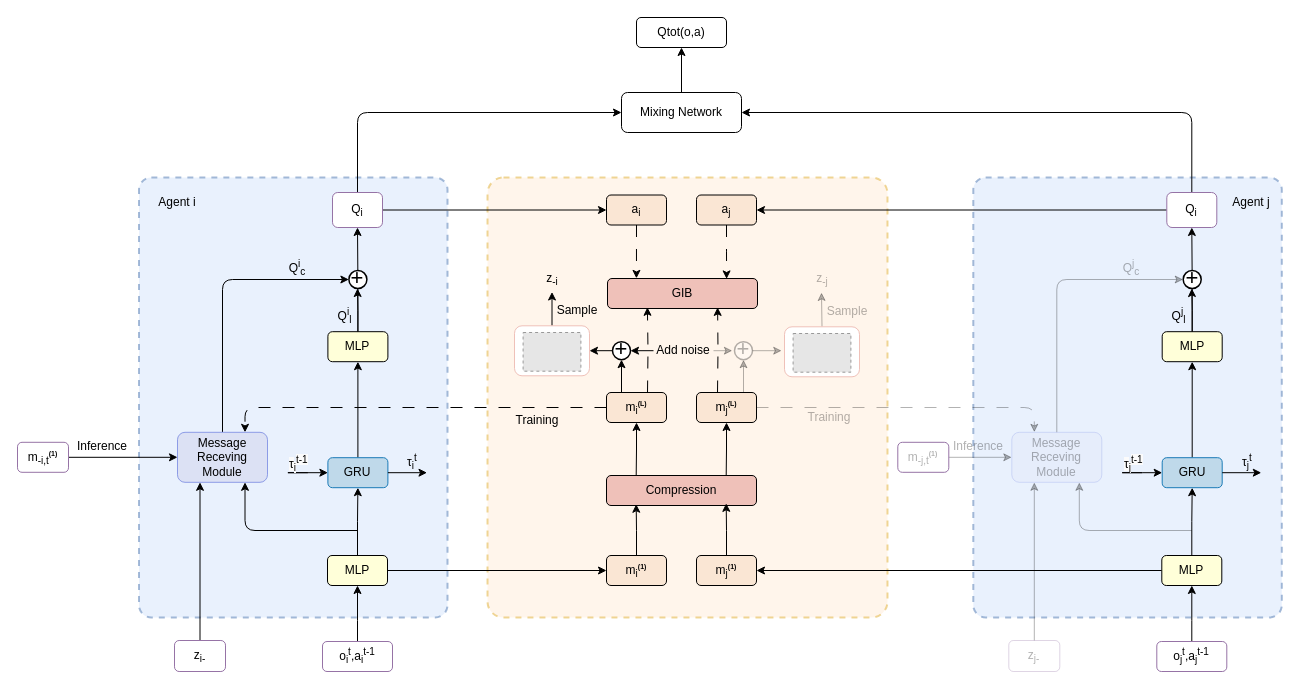
This is network2.drawio from fan-zine/drawio, a draw.io file, before an edit. Source tidied: cells renumbered, new cells numbered last; positions are measured from the earlier drawing's top-left corner, leaving out a move shared by most shapes. Both pictures are drawn from the tidied source at 100%, with x=0, y=0 at pixel (17, 17). Pictures stored in the file or linked from it are replaced by grey dashed boxes.
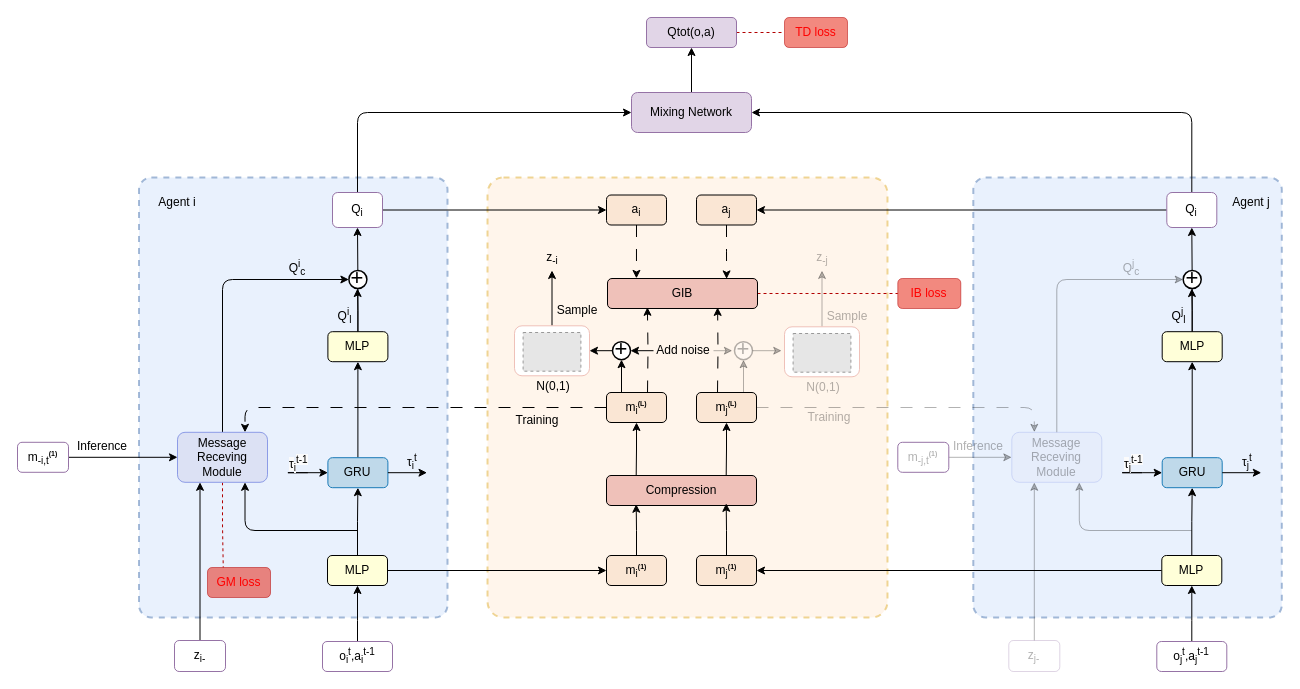
The same diagram, later.

Unchanged cells that the change refers to:
```xml
<mxCell id="19" value="Message&lt;br&gt;Receving&lt;br&gt;Module" style="rounded=1;whiteSpace=wrap;html=1;fillColor=#dce1f4;strokeColor=#8c9be6;" parent="1" vertex="1">
  <mxGeometry x="160" y="414.8" width="90" height="50" as="geometry" />
</mxCell>
<mxCell id="48" value="GIB" style="rounded=1;whiteSpace=wrap;html=1;fillColor=#efc1b9;" parent="1" vertex="1">
  <mxGeometry x="590" y="261" width="150" height="30" as="geometry" />
</mxCell>
<mxCell id="66" style="rounded=1;whiteSpace=wrap;html=1;strokeColor=#efc1b9;align=center;verticalAlign=middle;fontFamily=Helvetica;fontSize=12;fillColor=default;fontColor=#000000;textOpacity=30;" parent="1" vertex="1">
  <mxGeometry x="767" y="309.3" width="75" height="50" as="geometry" />
</mxCell>
```

Diff of the diagram source:
```diff
@@
-    <mxCell id="15" value="Mixing Network" style="rounded=1;whiteSpace=wrap;html=1;" parent="1" vertex="1">
-      <mxGeometry x="604" y="75" width="120" height="40" as="geometry" />
+    <mxCell id="15" value="Mixing Network" style="rounded=1;whiteSpace=wrap;html=1;fillColor=#e1d5e7;strokeColor=#9673a6;" parent="1" vertex="1">
+      <mxGeometry x="614" y="75" width="120" height="40" as="geometry" />
     </mxCell>
+    <mxCell id="105" style="edgeStyle=orthogonalEdgeStyle;rounded=0;jettySize=auto;html=1;exitX=1;exitY=0.5;exitDx=0;exitDy=0;entryX=0;entryY=0.5;entryDx=0;entryDy=0;fontFamily=Helvetica;fontSize=12;fontColor=default;dashed=1;endArrow=none;endFill=0;fillColor=#e51400;strokeColor=#B20000;" parent="1" edge="1" source="16" target="110">
+      <mxGeometry relative="1" as="geometry" />
+    </mxCell>
-    <mxCell id="16" value="Qtot(o,a)" style="rounded=1;whiteSpace=wrap;html=1;" parent="1" vertex="1">
-      <mxGeometry x="619" width="90" height="30" as="geometry" />
+    <mxCell id="16" value="Qtot(o,a)" style="rounded=1;whiteSpace=wrap;html=1;fillColor=#e1d5e7;strokeColor=#9673a6;" parent="1" vertex="1">
+      <mxGeometry x="629" width="90" height="30" as="geometry" />
     </mxCell>
@@
+    <mxCell id="106" style="edgeStyle=orthogonalEdgeStyle;rounded=0;jettySize=auto;html=1;exitX=0.5;exitY=1;exitDx=0;exitDy=0;entryX=0.25;entryY=0;entryDx=0;entryDy=0;fontFamily=Helvetica;fontSize=12;fontColor=default;fillColor=#e51400;strokeColor=#B20000;dashed=1;endArrow=none;endFill=0;" parent="1" edge="1" source="19" target="112">
+      <mxGeometry relative="1" as="geometry" />
+    </mxCell>
@@
+    <mxCell id="107" style="rounded=0;jettySize=auto;html=1;exitX=1;exitY=0.5;exitDx=0;exitDy=0;fontFamily=Helvetica;fontSize=12;fontColor=default;entryX=0;entryY=0.5;entryDx=0;entryDy=0;fillColor=#e51400;strokeColor=#B20000;dashed=1;endArrow=none;endFill=0;" parent="1" edge="1" source="48" target="111">
+      <mxGeometry relative="1" as="geometry" />
+    </mxCell>
@@
     <mxCell id="56" value="z&lt;sub&gt;-i&lt;/sub&gt;" style="text;html=1;align=center;verticalAlign=middle;whiteSpace=wrap;rounded=0;fontFamily=Helvetica;fontSize=12;fontColor=default;" parent="1" vertex="1">
-      <mxGeometry x="519.5" y="249.5" width="30" height="25" as="geometry" />
+      <mxGeometry x="519.5" y="228" width="30" height="25" as="geometry" />
     </mxCell>
@@
-    <mxCell id="65" style="edgeStyle=orthogonalEdgeStyle;rounded=0;jettySize=auto;html=1;exitX=0.5;exitY=0;exitDx=0;exitDy=0;entryX=0.5;entryY=1;entryDx=0;entryDy=0;fontFamily=Helvetica;fontSize=12;fontColor=default;textOpacity=30;opacity=30;" parent="1" edge="1" source="66">
-      <mxGeometry relative="1" as="geometry">
-        <mxPoint x="804" y="275" as="targetPoint" />
-      </mxGeometry>
+    <mxCell id="65" style="edgeStyle=orthogonalEdgeStyle;rounded=0;jettySize=auto;html=1;exitX=0.5;exitY=0;exitDx=0;exitDy=0;entryX=0.5;entryY=1;entryDx=0;entryDy=0;fontFamily=Helvetica;fontSize=12;fontColor=default;textOpacity=30;opacity=30;" parent="1" edge="1" source="66" target="71">
+      <mxGeometry relative="1" as="geometry" />
     </mxCell>
@@
     <mxCell id="68" value="Sample" style="text;html=1;align=center;verticalAlign=middle;whiteSpace=wrap;rounded=0;fontFamily=Helvetica;fontSize=12;fontColor=default;textOpacity=30;" parent="1" vertex="1">
-      <mxGeometry x="800" y="279.3" width="60" height="30" as="geometry" />
+      <mxGeometry x="800" y="284.2" width="60" height="30" as="geometry" />
     </mxCell>
@@
     <mxCell id="71" value="z&lt;sub&gt;-j&lt;/sub&gt;" style="text;html=1;align=center;verticalAlign=middle;whiteSpace=wrap;rounded=0;fontFamily=Helvetica;fontSize=12;fontColor=default;textOpacity=30;" parent="1" vertex="1">
-      <mxGeometry x="789.5" y="249.5" width="30" height="25" as="geometry" />
+      <mxGeometry x="789.5" y="228" width="30" height="25" as="geometry" />
     </mxCell>
@@
+    <mxCell id="108" value="N(0,1)" style="text;html=1;align=center;verticalAlign=middle;whiteSpace=wrap;rounded=0;fontFamily=Helvetica;fontSize=12;fontColor=default;" parent="1" vertex="1">
+      <mxGeometry x="505.6" y="353.7" width="60" height="30" as="geometry" />
+    </mxCell>
+    <mxCell id="109" value="N(0,1)" style="text;html=1;align=center;verticalAlign=middle;whiteSpace=wrap;rounded=0;fontFamily=Helvetica;fontSize=12;fontColor=default;textOpacity=30;" parent="1" vertex="1">
+      <mxGeometry x="775.6" y="354.8" width="60" height="30" as="geometry" />
+    </mxCell>
+    <mxCell id="110" value="TD l&lt;span style=&quot;background-color: initial;&quot;&gt;oss&lt;/span&gt;" style="rounded=1;whiteSpace=wrap;html=1;fillColor=#e51400;strokeColor=#B20000;fontColor=#ff0000;opacity=50;" parent="1" vertex="1">
+      <mxGeometry x="767" width="63" height="30" as="geometry" />
+    </mxCell>
+    <mxCell id="111" value="IB l&lt;span style=&quot;background-color: initial;&quot;&gt;oss&lt;/span&gt;" style="rounded=1;whiteSpace=wrap;html=1;fillColor=#e51400;strokeColor=#B20000;fontColor=#ff0000;opacity=50;" parent="1" vertex="1">
+      <mxGeometry x="880.3" y="261" width="63" height="30" as="geometry" />
+    </mxCell>
+    <mxCell id="112" value="GM l&lt;span style=&quot;background-color: initial;&quot;&gt;oss&lt;/span&gt;" style="rounded=1;whiteSpace=wrap;html=1;fillColor=#e51400;strokeColor=#B20000;fontColor=#ff0000;opacity=50;" parent="1" vertex="1">
+      <mxGeometry x="190" y="550" width="63" height="30" as="geometry" />
+    </mxCell>
```
